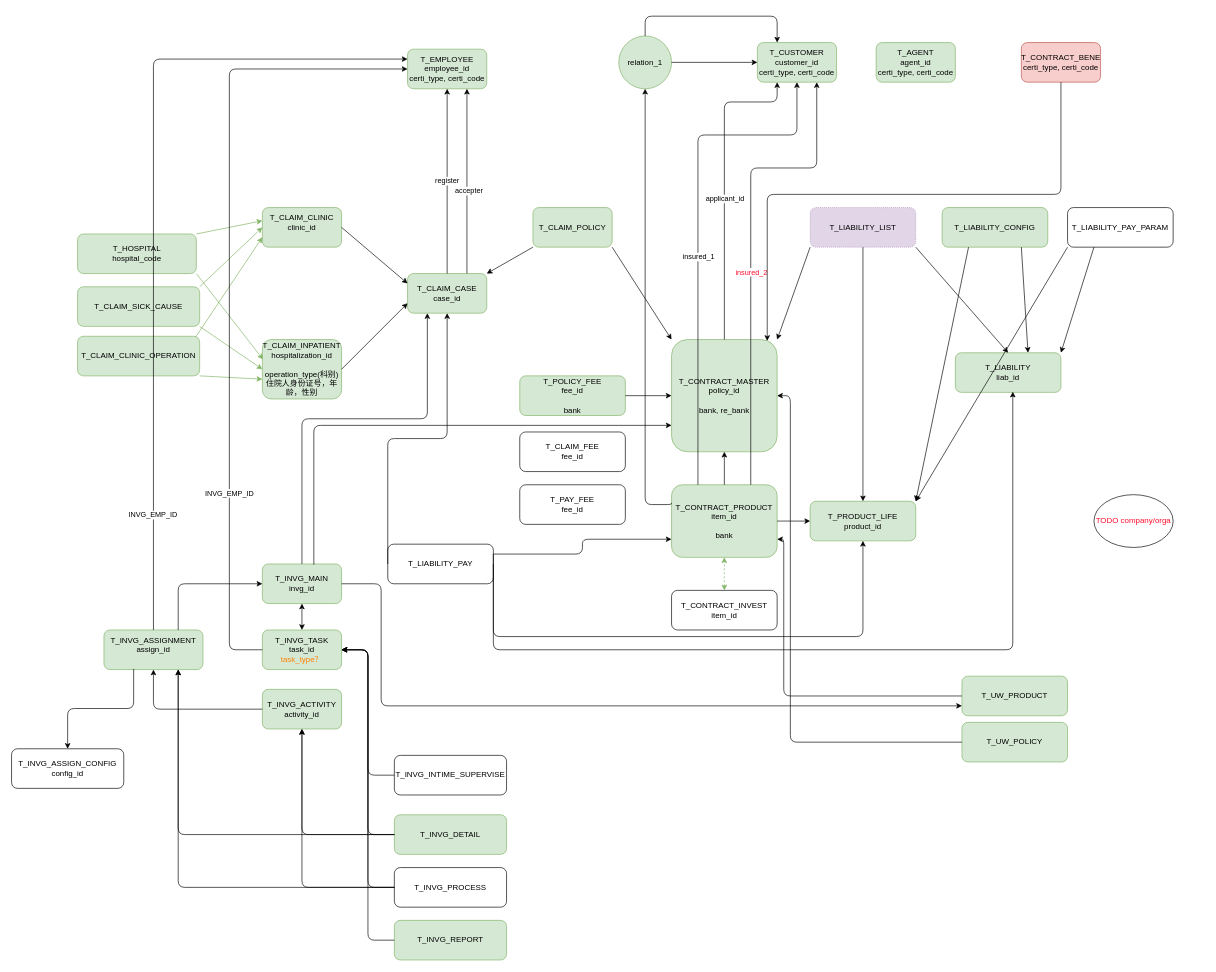
This is taiping-data-arch.drawio from XiaoLiuAI/diagrams, a draw.io file, before an edit. Source tidied: cells renumbered, new cells numbered last; positions are measured from the earlier drawing's top-left corner, leaving out a move shared by most shapes. Both pictures are drawn from the tidied source at 66%, with x=0, y=0 at pixel (11, 16).
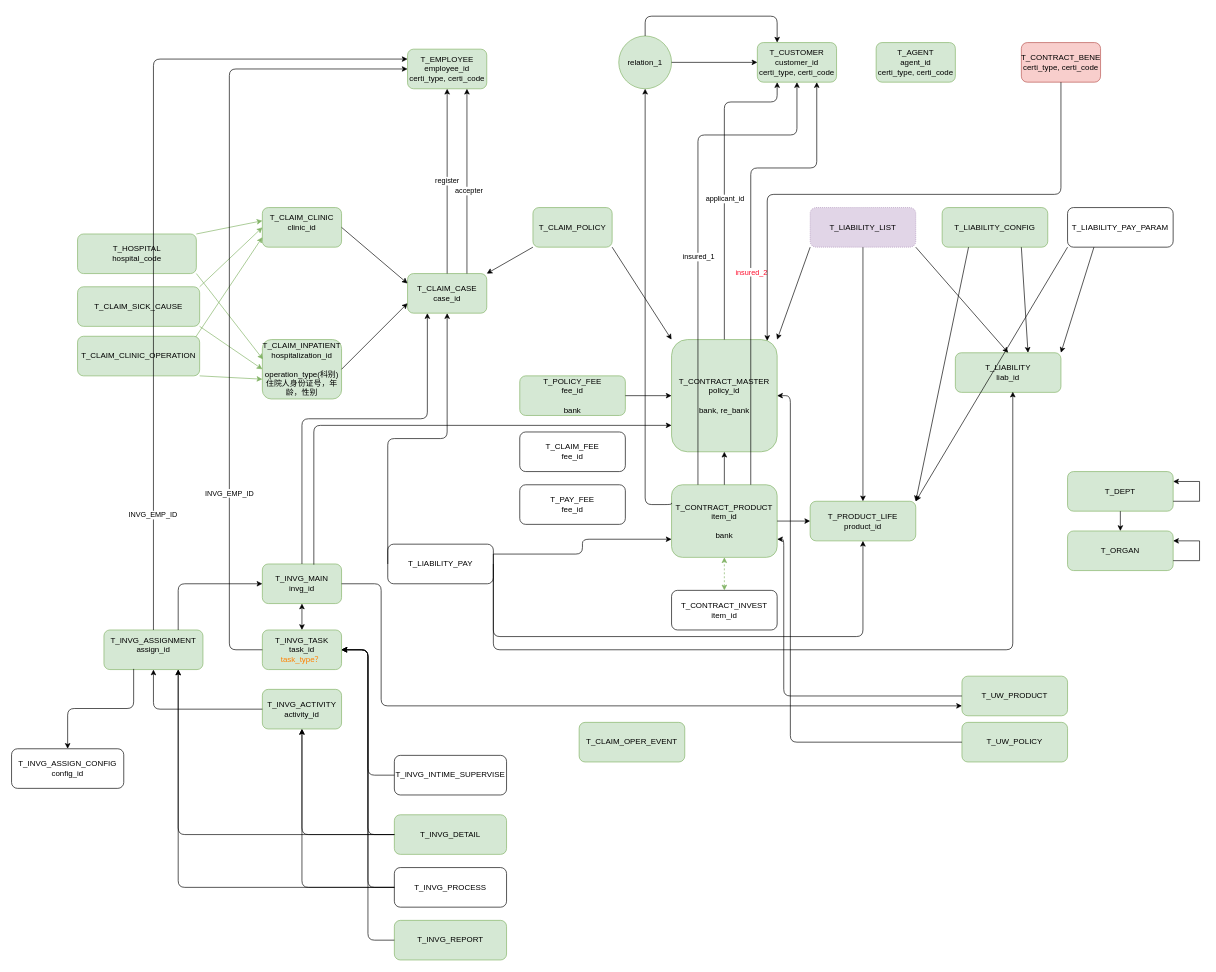
After the change.

The edit, as a diff of the source:
```diff
@@
-    <mxCell id="66" value="TODO company/orga" style="ellipse;whiteSpace=wrap;html=1;fontColor=#FF0D2D;" parent="1" vertex="1">
-      <mxGeometry x="1640" y="725" width="120" height="80" as="geometry" />
-    </mxCell>
@@
+    <mxCell id="97" value="T_CLAIM_OPER_EVENT" style="rounded=1;whiteSpace=wrap;html=1;fillColor=#d5e8d4;strokeColor=#82b366;" parent="1" vertex="1">
+      <mxGeometry x="860" y="1070" width="160" height="60" as="geometry" />
+    </mxCell>
+    <mxCell id="98" value="T_ORGAN" style="rounded=1;whiteSpace=wrap;html=1;fillColor=#d5e8d4;strokeColor=#82b366;" parent="1" vertex="1">
+      <mxGeometry x="1600" y="780" width="160" height="60" as="geometry" />
+    </mxCell>
+    <mxCell id="99" value="T_DEPT" style="rounded=1;whiteSpace=wrap;html=1;fillColor=#d5e8d4;strokeColor=#82b366;" parent="1" vertex="1">
+      <mxGeometry x="1600" y="690" width="160" height="60" as="geometry" />
+    </mxCell>
+    <mxCell id="100" style="edgeStyle=elbowEdgeStyle;elbow=horizontal;endArrow=classic;html=1;rounded=0;exitX=1;exitY=0.75;exitDx=0;exitDy=0;entryX=1;entryY=0.25;entryDx=0;entryDy=0;" parent="1" edge="1" source="98" target="98">
+      <mxGeometry relative="1" as="geometry">
+        <Array as="points">
+          <mxPoint x="1800" y="795" />
+          <mxPoint x="1810" y="825" />
+        </Array>
+      </mxGeometry>
+    </mxCell>
+    <mxCell id="101" style="edgeStyle=elbowEdgeStyle;elbow=horizontal;endArrow=classic;html=1;rounded=0;exitX=1;exitY=0.75;exitDx=0;exitDy=0;entryX=1;entryY=0.25;entryDx=0;entryDy=0;" parent="1" edge="1" source="99" target="99">
+      <mxGeometry relative="1" as="geometry">
+        <Array as="points">
+          <mxPoint x="1800" y="720" />
+          <mxPoint x="1820" y="835" />
+        </Array>
+      </mxGeometry>
+    </mxCell>
+    <mxCell id="102" style="endArrow=classic;html=1;entryX=0.5;entryY=0;entryDx=0;entryDy=0;" parent="1" edge="1" source="99" target="98">
+      <mxGeometry relative="1" as="geometry" />
+    </mxCell>
```
